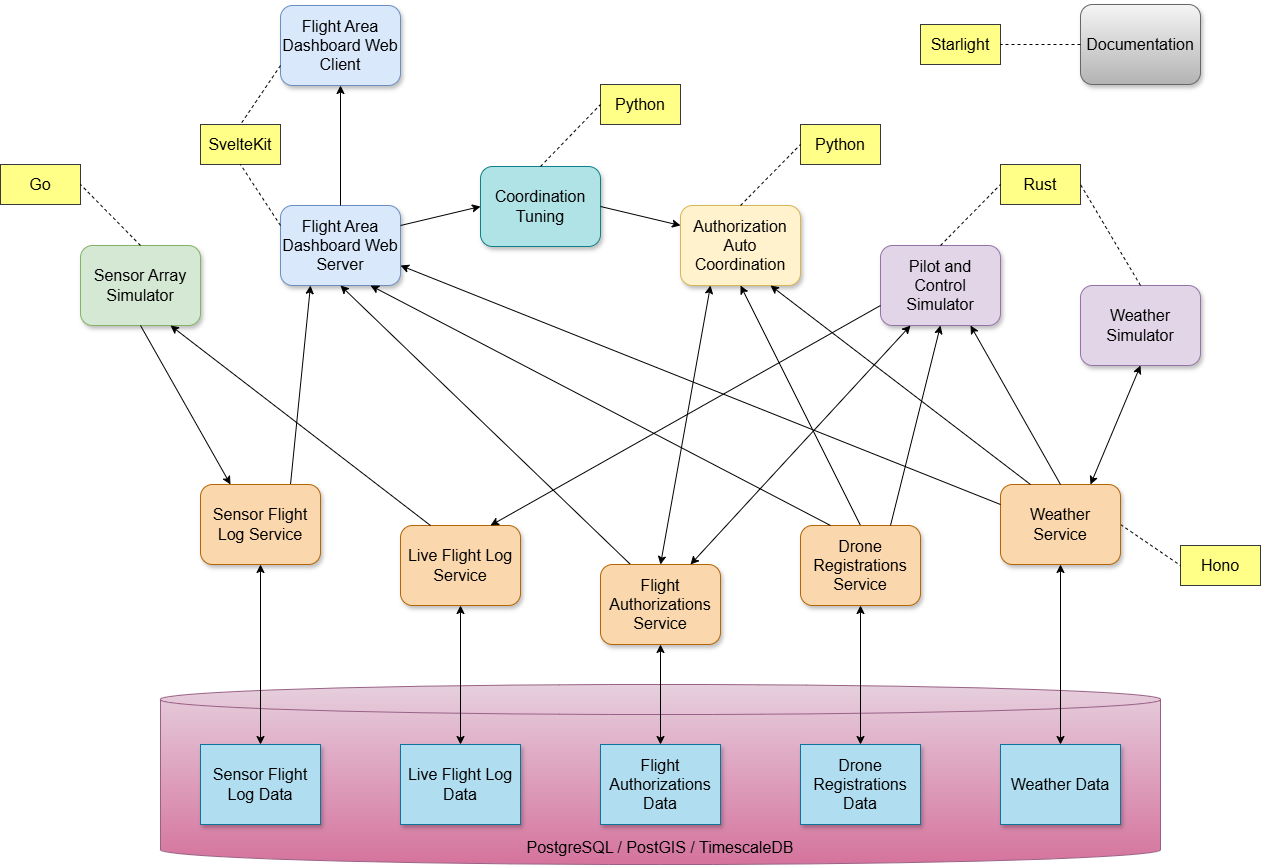
Earlier version of the draw.io export documentation/public/images/utmimic-architecture-Overview.drawio.png (martin-nordberg/utmimic). Source tidied: cells renumbered, new cells last; positions are measured from the earlier drawing's top-left corner, leaving out a move shared by most shapes.
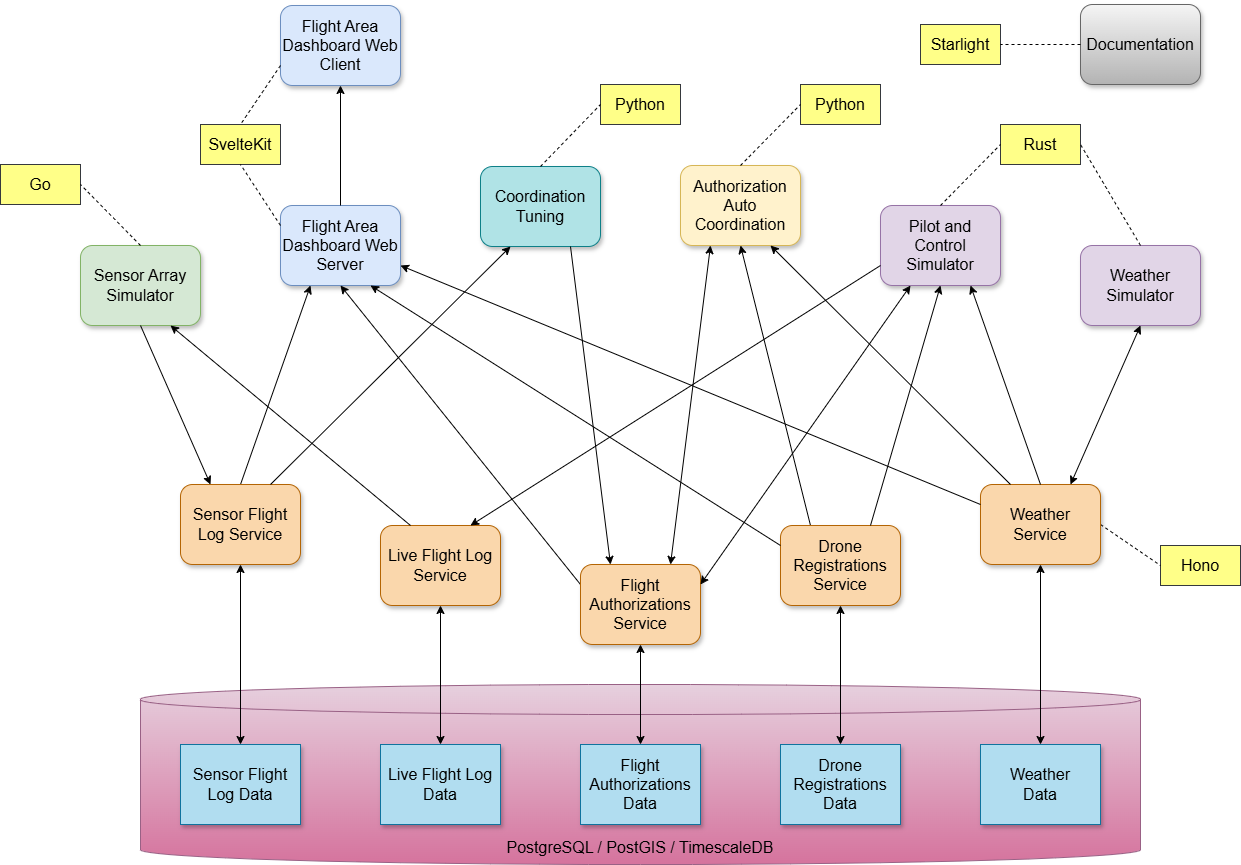
Above is the later version.

Commit message:
Revised overview drawing such that Coordination Tuning depends on web services only.

What changed in the source:
```diff
@@ -2,11 +2,11 @@
   <root>
     <mxCell id="0" />
     <mxCell id="1" parent="0" />
-    <mxCell id="2" style="endArrow=classic;html=1;rounded=1;exitX=0.5;exitY=0;exitDx=0;exitDy=0;entryX=0.5;entryY=1;entryDx=0;entryDy=0;curved=0;" parent="1" edge="1" source="45" target="8">
+    <mxCell id="2" style="endArrow=classic;html=1;rounded=1;exitX=0.25;exitY=0;exitDx=0;exitDy=0;entryX=0.5;entryY=1;entryDx=0;entryDy=0;curved=0;" parent="1" edge="1" source="45" target="8">
       <mxGeometry relative="1" as="geometry" />
     </mxCell>
     <mxCell id="3" value="Flight Area Dashboard Web&lt;div&gt;Server&lt;/div&gt;" style="rounded=1;whiteSpace=wrap;html=1;fontSize=16;fillColor=#dae8fc;strokeColor=#6c8ebf;shadow=1;" parent="1" vertex="1">
-      <mxGeometry x="280" y="201" width="120" height="80" as="geometry" />
+      <mxGeometry x="300" y="201" width="120" height="80" as="geometry" />
     </mxCell>
     <mxCell id="4" value="PostgreSQL / PostGIS / TimescaleDB" style="shape=cylinder3;whiteSpace=wrap;html=1;boundedLbl=1;backgroundOutline=1;size=15;verticalAlign=bottom;fillColor=#e6d0de;strokeColor=#996185;gradientColor=#d5739d;fontSize=16;" parent="1" vertex="1">
       <mxGeometry x="160" y="680" width="1000" height="180" as="geometry" />
@@ -21,30 +21,24 @@
       <mxGeometry x="600" y="740" width="120" height="80" as="geometry" />
     </mxCell>
     <mxCell id="8" value="Authorization Auto Coordination" style="rounded=1;whiteSpace=wrap;html=1;fontSize=16;fillColor=#fff2cc;strokeColor=#d6b656;shadow=1;" parent="1" vertex="1">
-      <mxGeometry x="680" y="201" width="120" height="80" as="geometry" />
+      <mxGeometry x="700" y="161" width="120" height="80" as="geometry" />
     </mxCell>
-    <mxCell id="9" style="endArrow=classic;html=1;rounded=0;exitX=0.75;exitY=0;exitDx=0;exitDy=0;entryX=0.25;entryY=1;entryDx=0;entryDy=0;" parent="1" edge="1" source="17" target="3">
+    <mxCell id="9" style="endArrow=classic;html=1;rounded=0;exitX=0.5;exitY=0;exitDx=0;exitDy=0;entryX=0.25;entryY=1;entryDx=0;entryDy=0;" parent="1" edge="1" source="17" target="3">
       <mxGeometry relative="1" as="geometry" />
     </mxCell>
-    <mxCell id="10" style="endArrow=classic;html=1;rounded=0;exitX=0.5;exitY=0;exitDx=0;exitDy=0;entryX=0.25;entryY=1;entryDx=0;entryDy=0;startArrow=classic;startFill=1;" parent="1" edge="1" source="21" target="8">
+    <mxCell id="10" style="endArrow=classic;html=1;rounded=0;exitX=0.75;exitY=0;exitDx=0;exitDy=0;entryX=0.25;entryY=1;entryDx=0;entryDy=0;startArrow=classic;startFill=1;" parent="1" edge="1" source="21" target="8">
       <mxGeometry relative="1" as="geometry" />
     </mxCell>
     <mxCell id="11" value="Coordination Tuning" style="rounded=1;whiteSpace=wrap;html=1;fontSize=16;fillColor=#b0e3e6;strokeColor=#0e8088;shadow=1;" parent="1" vertex="1">
-      <mxGeometry x="480" y="162" width="120" height="80" as="geometry" />
+      <mxGeometry x="500" y="162" width="120" height="80" as="geometry" />
     </mxCell>
-    <mxCell id="12" style="endArrow=classic;html=1;rounded=0;exitX=1;exitY=0.25;exitDx=0;exitDy=0;entryX=0;entryY=0.5;entryDx=0;entryDy=0;" parent="1" edge="1" source="3" target="11">
-      <mxGeometry relative="1" as="geometry" />
-    </mxCell>
-    <mxCell id="13" style="endArrow=classic;html=1;rounded=0;exitX=1;exitY=0.5;exitDx=0;exitDy=0;entryX=0;entryY=0.25;entryDx=0;entryDy=0;" parent="1" edge="1" source="11" target="8">
-      <mxGeometry relative="1" as="geometry" />
-    </mxCell>
     <mxCell id="14" value="Flight Area Dashboard Web Client" style="rounded=1;whiteSpace=wrap;html=1;fontSize=16;fillColor=#dae8fc;strokeColor=#6c8ebf;shadow=1;" parent="1" vertex="1">
-      <mxGeometry x="280" y="1" width="120" height="80" as="geometry" />
+      <mxGeometry x="300" y="1" width="120" height="80" as="geometry" />
     </mxCell>
     <mxCell id="15" style="endArrow=classic;html=1;rounded=0;exitX=0.5;exitY=0;exitDx=0;exitDy=0;entryX=0.5;entryY=1;entryDx=0;entryDy=0;" parent="1" edge="1" source="3" target="14">
       <mxGeometry relative="1" as="geometry" />
     </mxCell>
-    <mxCell id="16" style="endArrow=classic;html=1;rounded=1;exitX=0.25;exitY=0;exitDx=0;exitDy=0;entryX=0.5;entryY=1;entryDx=0;entryDy=0;curved=0;" parent="1" edge="1" source="21" target="3">
+    <mxCell id="16" style="endArrow=classic;html=1;rounded=1;exitX=0;exitY=0.25;exitDx=0;exitDy=0;entryX=0.5;entryY=1;entryDx=0;entryDy=0;curved=0;" parent="1" edge="1" source="21" target="3">
       <mxGeometry relative="1" as="geometry" />
     </mxCell>
     <mxCell id="17" value="Sensor Flight Log Service" style="rounded=1;whiteSpace=wrap;html=1;fontSize=16;fillColor=#fad7ac;strokeColor=#b46504;glass=0;shadow=1;" parent="1" vertex="1">
@@ -66,7 +60,7 @@
       <mxGeometry relative="1" as="geometry" />
     </mxCell>
     <mxCell id="23" value="Sensor Array Simulator" style="rounded=1;whiteSpace=wrap;html=1;fontSize=16;fillColor=#d5e8d4;strokeColor=#82b366;shadow=1;" parent="1" vertex="1">
-      <mxGeometry x="80" y="241" width="120" height="80" as="geometry" />
+      <mxGeometry x="100" y="241" width="120" height="80" as="geometry" />
     </mxCell>
     <mxCell id="24" style="endArrow=classic;html=1;rounded=1;exitX=0.5;exitY=1;exitDx=0;exitDy=0;entryX=0.25;entryY=0;entryDx=0;entryDy=0;curved=0;" parent="1" edge="1" source="23" target="17">
       <mxGeometry relative="1" as="geometry" />
@@ -75,9 +69,9 @@
       <mxGeometry relative="1" as="geometry" />
     </mxCell>
     <mxCell id="26" value="Pilot and Control Simulator" style="rounded=1;whiteSpace=wrap;html=1;fontSize=16;fillColor=#e1d5e7;strokeColor=#9673a6;shadow=1;" parent="1" vertex="1">
-      <mxGeometry x="880" y="241" width="120" height="80" as="geometry" />
+      <mxGeometry x="900" y="201" width="120" height="80" as="geometry" />
     </mxCell>
-    <mxCell id="27" style="endArrow=classic;html=1;rounded=1;exitX=0.75;exitY=0;exitDx=0;exitDy=0;curved=0;entryX=0.25;entryY=1;entryDx=0;entryDy=0;startArrow=classic;startFill=1;jumpStyle=none;jumpSize=15;" parent="1" edge="1" source="21" target="26">
+    <mxCell id="27" style="endArrow=classic;html=1;rounded=1;exitX=1;exitY=0.25;exitDx=0;exitDy=0;curved=0;entryX=0.25;entryY=1;entryDx=0;entryDy=0;startArrow=classic;startFill=1;jumpStyle=none;jumpSize=15;" parent="1" edge="1" source="21" target="26">
       <mxGeometry relative="1" as="geometry" />
     </mxCell>
     <mxCell id="28" style="endArrow=classic;html=1;rounded=1;exitX=0;exitY=0.75;exitDx=0;exitDy=0;entryX=0.75;entryY=0;entryDx=0;entryDy=0;curved=0;jumpStyle=none;jumpSize=15;" parent="1" edge="1" source="26" target="18">
@@ -87,19 +81,19 @@
       <mxGeometry relative="1" as="geometry" />
     </mxCell>
     <mxCell id="30" value="SvelteKit" style="rounded=0;whiteSpace=wrap;html=1;fontSize=16;fillColor=#ffff88;strokeColor=#36393d;" parent="1" vertex="1">
-      <mxGeometry x="200" y="120" width="80" height="40" as="geometry" />
+      <mxGeometry x="220" y="120" width="80" height="40" as="geometry" />
     </mxCell>
     <mxCell id="31" style="endArrow=none;dashed=1;html=1;rounded=0;exitX=0;exitY=0.25;exitDx=0;exitDy=0;entryX=0.5;entryY=1;entryDx=0;entryDy=0;" parent="1" edge="1" source="3" target="30">
       <mxGeometry relative="1" as="geometry" />
     </mxCell>
     <mxCell id="32" value="Python" style="rounded=0;whiteSpace=wrap;html=1;fontSize=16;fillColor=#ffff88;strokeColor=#36393d;" parent="1" vertex="1">
-      <mxGeometry x="600" y="80" width="80" height="40" as="geometry" />
+      <mxGeometry x="620" y="80" width="80" height="40" as="geometry" />
     </mxCell>
     <mxCell id="33" style="endArrow=none;dashed=1;html=1;rounded=0;exitX=0.5;exitY=0;exitDx=0;exitDy=0;entryX=0;entryY=0.5;entryDx=0;entryDy=0;" parent="1" edge="1" source="11" target="32">
       <mxGeometry relative="1" as="geometry" />
     </mxCell>
     <mxCell id="34" value="Python" style="rounded=0;whiteSpace=wrap;html=1;fontSize=16;fillColor=#ffff88;strokeColor=#36393d;" parent="1" vertex="1">
-      <mxGeometry x="800" y="120" width="80" height="40" as="geometry" />
+      <mxGeometry x="820" y="80" width="80" height="40" as="geometry" />
     </mxCell>
     <mxCell id="35" style="endArrow=none;dashed=1;html=1;rounded=0;exitX=0.5;exitY=0;exitDx=0;exitDy=0;entryX=0;entryY=0.5;entryDx=0;entryDy=0;" parent="1" edge="1" source="8" target="34">
       <mxGeometry relative="1" as="geometry" />
@@ -111,16 +105,16 @@
       <mxGeometry relative="1" as="geometry" />
     </mxCell>
     <mxCell id="38" value="Go" style="rounded=0;whiteSpace=wrap;html=1;fontSize=16;fillColor=#ffff88;strokeColor=#36393d;" parent="1" vertex="1">
-      <mxGeometry y="160" width="80" height="40" as="geometry" />
+      <mxGeometry x="20" y="160" width="80" height="40" as="geometry" />
     </mxCell>
     <mxCell id="39" style="endArrow=none;dashed=1;html=1;rounded=0;exitX=0.5;exitY=0;exitDx=0;exitDy=0;entryX=1;entryY=0.5;entryDx=0;entryDy=0;" parent="1" edge="1" source="23" target="38">
       <mxGeometry relative="1" as="geometry" />
     </mxCell>
     <mxCell id="40" value="Documentation" style="rounded=1;whiteSpace=wrap;html=1;fontSize=16;fillColor=#f5f5f5;strokeColor=#666666;shadow=1;gradientColor=#b3b3b3;" parent="1" vertex="1">
-      <mxGeometry x="1080" width="120" height="80" as="geometry" />
+      <mxGeometry x="1100" width="120" height="80" as="geometry" />
     </mxCell>
     <mxCell id="41" value="Starlight" style="rounded=0;whiteSpace=wrap;html=1;fontSize=16;fillColor=#ffff88;strokeColor=#36393d;" parent="1" vertex="1">
-      <mxGeometry x="920" y="20" width="80" height="40" as="geometry" />
+      <mxGeometry x="940" y="20" width="80" height="40" as="geometry" />
     </mxCell>
     <mxCell id="42" style="endArrow=none;dashed=1;html=1;rounded=0;exitX=0;exitY=0.5;exitDx=0;exitDy=0;entryX=1;entryY=0.5;entryDx=0;entryDy=0;" parent="1" edge="1" source="40" target="41">
       <mxGeometry relative="1" as="geometry" />
@@ -128,7 +122,7 @@
     <mxCell id="43" value="Drone Registrations Data" style="rounded=0;whiteSpace=wrap;html=1;fontSize=16;fillColor=#b1ddf0;strokeColor=#10739e;shadow=1;" parent="1" vertex="1">
       <mxGeometry x="800" y="740" width="120" height="80" as="geometry" />
     </mxCell>
-    <mxCell id="44" value="Weather Data" style="rounded=0;whiteSpace=wrap;html=1;fontSize=16;fillColor=#b1ddf0;strokeColor=#10739e;shadow=1;" parent="1" vertex="1">
+    <mxCell id="44" value="Weather&lt;div&gt;Data&lt;/div&gt;" style="rounded=0;whiteSpace=wrap;html=1;fontSize=16;fillColor=#b1ddf0;strokeColor=#10739e;shadow=1;" parent="1" vertex="1">
       <mxGeometry x="1000" y="740" width="120" height="80" as="geometry" />
     </mxCell>
     <mxCell id="45" value="Drone Registrations Service" style="rounded=1;whiteSpace=wrap;html=1;fontSize=16;fillColor=#fad7ac;strokeColor=#b46504;glass=0;shadow=1;" parent="1" vertex="1">
@@ -147,7 +141,7 @@
       <mxGeometry relative="1" as="geometry" />
     </mxCell>
     <mxCell id="50" value="Weather Simulator" style="rounded=1;whiteSpace=wrap;html=1;fontSize=16;fillColor=#e1d5e7;strokeColor=#9673a6;shadow=1;" parent="1" vertex="1">
-      <mxGeometry x="1080" y="281" width="120" height="80" as="geometry" />
+      <mxGeometry x="1100" y="241" width="120" height="80" as="geometry" />
     </mxCell>
     <mxCell id="51" style="endArrow=classic;html=1;rounded=1;exitX=0.5;exitY=0;exitDx=0;exitDy=0;entryX=0.75;entryY=1;entryDx=0;entryDy=0;curved=0;" parent="1" edge="1" source="47" target="26">
       <mxGeometry relative="1" as="geometry" />
@@ -159,12 +153,12 @@
       <mxGeometry relative="1" as="geometry" />
     </mxCell>
     <mxCell id="54" value="Rust" style="rounded=0;whiteSpace=wrap;html=1;fontSize=16;fillColor=#ffff88;strokeColor=#36393d;" parent="1" vertex="1">
-      <mxGeometry x="1000" y="160" width="80" height="40" as="geometry" />
+      <mxGeometry x="1020" y="120" width="80" height="40" as="geometry" />
     </mxCell>
     <mxCell id="55" style="endArrow=none;dashed=1;html=1;rounded=0;exitX=0.5;exitY=0;exitDx=0;exitDy=0;entryX=1;entryY=0.5;entryDx=0;entryDy=0;" parent="1" edge="1" source="50" target="54">
       <mxGeometry relative="1" as="geometry" />
     </mxCell>
-    <mxCell id="56" style="endArrow=classic;html=1;rounded=1;exitX=0.25;exitY=0;exitDx=0;exitDy=0;entryX=0.75;entryY=1;entryDx=0;entryDy=0;curved=0;" parent="1" edge="1" source="45" target="3">
+    <mxCell id="56" style="endArrow=classic;html=1;rounded=1;exitX=0;exitY=0.25;exitDx=0;exitDy=0;entryX=0.75;entryY=1;entryDx=0;entryDy=0;curved=0;" parent="1" edge="1" source="45" target="3">
       <mxGeometry relative="1" as="geometry" />
     </mxCell>
     <mxCell id="57" style="endArrow=classic;html=1;rounded=1;exitX=0;exitY=0.25;exitDx=0;exitDy=0;entryX=1;entryY=0.75;entryDx=0;entryDy=0;curved=0;" parent="1" edge="1" source="47" target="3">
@@ -173,5 +167,11 @@
     <mxCell id="58" style="endArrow=none;dashed=1;html=1;rounded=0;exitX=0.5;exitY=0;exitDx=0;exitDy=0;entryX=0;entryY=0.5;entryDx=0;entryDy=0;" parent="1" edge="1" source="26" target="54">
       <mxGeometry relative="1" as="geometry" />
     </mxCell>
+    <mxCell id="59" style="endArrow=classic;html=1;rounded=1;exitX=0.75;exitY=0;exitDx=0;exitDy=0;entryX=0.25;entryY=1;entryDx=0;entryDy=0;curved=0;" parent="1" edge="1" source="17" target="11">
+      <mxGeometry relative="1" as="geometry" />
+    </mxCell>
+    <mxCell id="60" style="endArrow=classic;html=1;rounded=0;exitX=0.75;exitY=1;exitDx=0;exitDy=0;startArrow=none;startFill=0;entryX=0.25;entryY=0;entryDx=0;entryDy=0;" parent="1" edge="1" source="11" target="21">
+      <mxGeometry relative="1" as="geometry" />
+    </mxCell>
   </root>
 </mxGraphModel>
```
